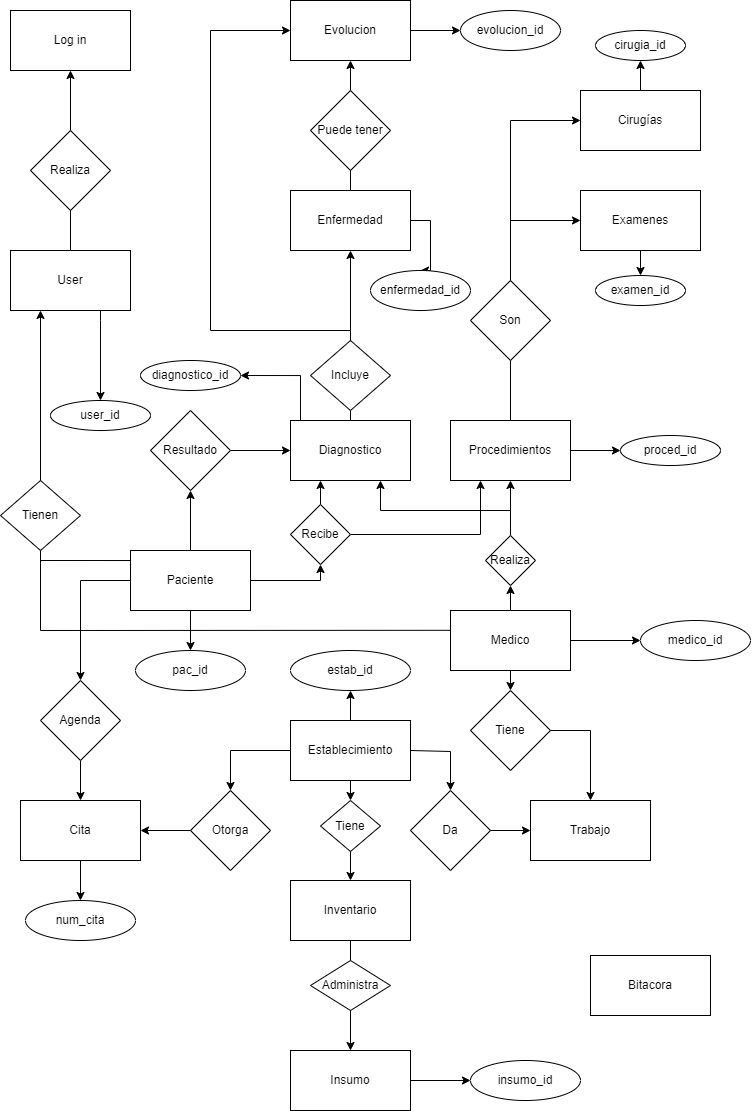
This is Proyecto2.png from CristopherBarrios/-Proyecto2-DesarrolloYConsultaDeBaseDeDatos-BaseDeDatos1, a draw.io export, as it was before one commit. Source tidied: cells renumbered, new cells last; positions are measured from the earlier drawing's top-left corner, leaving out a move shared by most shapes.
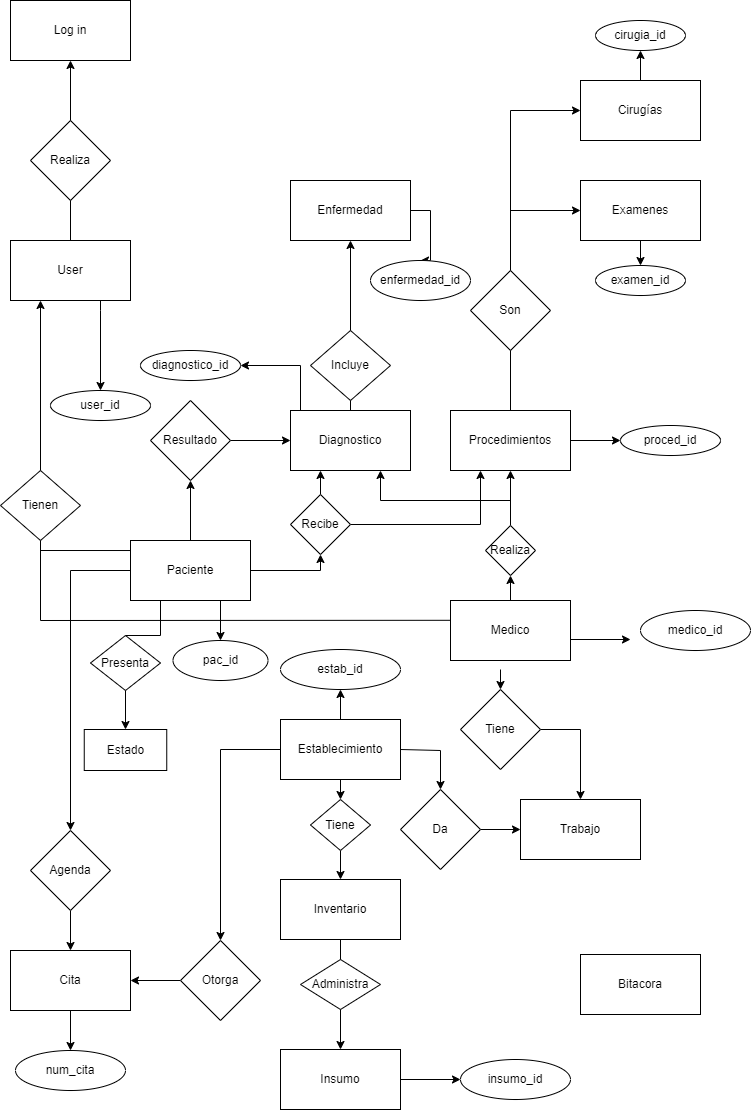
The same file after the commit.

The edit, as a diff of the source:
```diff
@@ -2,14 +2,17 @@
   <root>
     <mxCell id="0" />
     <mxCell id="1" parent="0" />
-    <mxCell id="2" style="edgeStyle=orthogonalEdgeStyle;rounded=0;jettySize=auto;html=1;" parent="1" edge="1" source="3" target="76">
+    <mxCell id="2" style="edgeStyle=orthogonalEdgeStyle;rounded=0;jettySize=auto;html=1;exitX=0.75;exitY=1;exitDx=0;exitDy=0;" parent="1" edge="1" source="3" target="76">
       <mxGeometry relative="1" as="geometry" />
     </mxCell>
     <mxCell id="3" value="Paciente" style="rounded=0;whiteSpace=wrap;html=1;" parent="1" vertex="1">
       <mxGeometry x="130" y="550" width="120" height="60" as="geometry" />
     </mxCell>
-    <mxCell id="4" style="edgeStyle=orthogonalEdgeStyle;rounded=0;jettySize=auto;html=1;entryX=0;entryY=0.5;entryDx=0;entryDy=0;" parent="1" edge="1" source="5" target="75">
-      <mxGeometry relative="1" as="geometry" />
+    <mxCell id="4" style="edgeStyle=orthogonalEdgeStyle;rounded=0;orthogonalLoop=1;jettySize=auto;html=1;entryX=0;entryY=0.5;entryDx=0;entryDy=0;" parent="1" edge="1">
+      <mxGeometry relative="1" as="geometry">
+        <mxPoint x="560" y="649" as="sourcePoint" />
+        <mxPoint x="630" y="649" as="targetPoint" />
+      </mxGeometry>
     </mxCell>
     <mxCell id="5" value="Medico" style="rounded=0;whiteSpace=wrap;html=1;" parent="1" vertex="1">
       <mxGeometry x="450" y="610" width="120" height="60" as="geometry" />
@@ -18,7 +21,7 @@
       <mxGeometry relative="1" as="geometry" />
     </mxCell>
     <mxCell id="7" value="Establecimiento" style="rounded=0;whiteSpace=wrap;html=1;" parent="1" vertex="1">
-      <mxGeometry x="290" y="720" width="120" height="60" as="geometry" />
+      <mxGeometry x="280" y="729" width="120" height="60" as="geometry" />
     </mxCell>
     <mxCell id="8" style="edgeStyle=orthogonalEdgeStyle;rounded=0;jettySize=auto;html=1;entryX=0.5;entryY=0;entryDx=0;entryDy=0;exitX=1;exitY=0.5;exitDx=0;exitDy=0;" parent="1" edge="1" source="9" target="79">
       <mxGeometry relative="1" as="geometry" />
@@ -27,13 +30,13 @@
       <mxGeometry x="290" y="190" width="120" height="60" as="geometry" />
     </mxCell>
     <mxCell id="10" value="Inventario" style="rounded=0;whiteSpace=wrap;html=1;" parent="1" vertex="1">
-      <mxGeometry x="290" y="880" width="120" height="60" as="geometry" />
+      <mxGeometry x="280" y="889" width="120" height="60" as="geometry" />
     </mxCell>
     <mxCell id="11" style="edgeStyle=orthogonalEdgeStyle;rounded=0;jettySize=auto;html=1;entryX=0;entryY=0.5;entryDx=0;entryDy=0;" parent="1" edge="1" source="12" target="77">
       <mxGeometry relative="1" as="geometry" />
     </mxCell>
     <mxCell id="12" value="Insumo" style="rounded=0;whiteSpace=wrap;html=1;" parent="1" vertex="1">
-      <mxGeometry x="290" y="1050" width="120" height="60" as="geometry" />
+      <mxGeometry x="280" y="1059" width="120" height="60" as="geometry" />
     </mxCell>
     <mxCell id="13" style="edgeStyle=orthogonalEdgeStyle;rounded=0;jettySize=auto;html=1;entryX=1;entryY=0.5;entryDx=0;entryDy=0;" parent="1" edge="1" source="14" target="85">
       <mxGeometry relative="1" as="geometry">
@@ -49,17 +52,11 @@
       <mxGeometry relative="1" as="geometry" />
     </mxCell>
     <mxCell id="16" value="Cita" style="rounded=0;whiteSpace=wrap;html=1;" parent="1" vertex="1">
-      <mxGeometry x="20" y="800" width="120" height="60" as="geometry" />
+      <mxGeometry x="10" y="960" width="120" height="60" as="geometry" />
     </mxCell>
     <mxCell id="17" value="Trabajo" style="rounded=0;whiteSpace=wrap;html=1;" parent="1" vertex="1">
-      <mxGeometry x="530" y="800" width="120" height="60" as="geometry" />
+      <mxGeometry x="520" y="809" width="120" height="60" as="geometry" />
     </mxCell>
-    <mxCell id="18" style="edgeStyle=orthogonalEdgeStyle;rounded=0;jettySize=auto;html=1;entryX=0;entryY=0.5;entryDx=0;entryDy=0;" parent="1" edge="1" source="19" target="80">
-      <mxGeometry relative="1" as="geometry" />
-    </mxCell>
-    <mxCell id="19" value="Evolucion" style="rounded=0;whiteSpace=wrap;html=1;" parent="1" vertex="1">
-      <mxGeometry x="290" width="120" height="60" as="geometry" />
-    </mxCell>
     <mxCell id="20" style="edgeStyle=orthogonalEdgeStyle;rounded=0;jettySize=auto;html=1;entryX=0.5;entryY=0;entryDx=0;entryDy=0;" parent="1" edge="1" source="21" target="83">
       <mxGeometry relative="1" as="geometry" />
     </mxCell>
@@ -115,23 +112,6 @@
     <mxCell id="33" style="endArrow=classic;html=1;rounded=0;exitX=0.5;exitY=0;exitDx=0;exitDy=0;entryX=0.5;entryY=1;entryDx=0;entryDy=0;" parent="1" edge="1" source="14" target="9">
       <mxGeometry relative="1" as="geometry" />
     </mxCell>
-    <mxCell id="34" style="endArrow=classic;html=1;rounded=0;entryX=0.5;entryY=1;entryDx=0;entryDy=0;exitX=0.5;exitY=0;exitDx=0;exitDy=0;" parent="1" edge="1" source="9" target="19">
-      <mxGeometry relative="1" as="geometry" />
-    </mxCell>
-    <mxCell id="35" style="endArrow=none;html=1;rounded=0;" parent="1" edge="1">
-      <mxGeometry relative="1" as="geometry">
-        <mxPoint x="350" y="330" as="sourcePoint" />
-        <mxPoint x="210" y="30" as="targetPoint" />
-        <Array as="points">
-          <mxPoint x="210" y="330" />
-        </Array>
-      </mxGeometry>
-    </mxCell>
-    <mxCell id="36" style="endArrow=classic;html=1;rounded=0;entryX=0;entryY=0.5;entryDx=0;entryDy=0;" parent="1" edge="1" target="19">
-      <mxGeometry relative="1" as="geometry">
-        <mxPoint x="210" y="30" as="sourcePoint" />
-      </mxGeometry>
-    </mxCell>
     <mxCell id="37" style="endArrow=classic;html=1;rounded=0;exitX=0.5;exitY=1;exitDx=0;exitDy=0;entryX=0.5;entryY=0;entryDx=0;entryDy=0;" parent="1" edge="1" source="50" target="16">
       <mxGeometry relative="1" as="geometry" />
     </mxCell>
@@ -141,7 +121,7 @@
     <mxCell id="39" style="endArrow=classic;html=1;rounded=0;exitX=1;exitY=0.5;exitDx=0;exitDy=0;entryX=0.5;entryY=0;entryDx=0;entryDy=0;" parent="1" edge="1" source="46" target="17">
       <mxGeometry relative="1" as="geometry">
         <Array as="points">
-          <mxPoint x="590" y="730" />
+          <mxPoint x="580" y="739" />
         </Array>
       </mxGeometry>
     </mxCell>
@@ -165,47 +145,49 @@
     <mxCell id="44" value="User" style="rounded=0;whiteSpace=wrap;html=1;" parent="1" vertex="1">
       <mxGeometry x="10" y="250" width="120" height="60" as="geometry" />
     </mxCell>
-    <mxCell id="45" style="endArrow=classic;html=1;rounded=0;exitX=0.5;exitY=1;exitDx=0;exitDy=0;entryX=0.5;entryY=0;entryDx=0;entryDy=0;" parent="1" edge="1" source="5" target="46">
-      <mxGeometry relative="1" as="geometry" />
+    <mxCell id="45" style="endArrow=classic;html=1;rounded=0;exitX=0.5;exitY=1;exitDx=0;exitDy=0;entryX=0.5;entryY=0;entryDx=0;entryDy=0;" parent="1" edge="1" target="46">
+      <mxGeometry relative="1" as="geometry">
+        <mxPoint x="500" y="679" as="sourcePoint" />
+      </mxGeometry>
     </mxCell>
     <mxCell id="46" value="Tiene" style="rhombus;whiteSpace=wrap;html=1;" parent="1" vertex="1">
-      <mxGeometry x="470" y="690" width="80" height="80" as="geometry" />
+      <mxGeometry x="460" y="699" width="80" height="80" as="geometry" />
     </mxCell>
     <mxCell id="47" style="endArrow=classic;html=1;rounded=0;exitX=0.5;exitY=1;exitDx=0;exitDy=0;entryX=0.5;entryY=0;entryDx=0;entryDy=0;" parent="1" edge="1" source="7" target="48">
       <mxGeometry relative="1" as="geometry" />
     </mxCell>
     <mxCell id="48" value="Tiene" style="rhombus;whiteSpace=wrap;html=1;" parent="1" vertex="1">
-      <mxGeometry x="320" y="800" width="60" height="51" as="geometry" />
+      <mxGeometry x="310" y="809" width="60" height="51" as="geometry" />
     </mxCell>
     <mxCell id="49" style="endArrow=classic;html=1;rounded=0;exitX=0;exitY=0.5;exitDx=0;exitDy=0;entryX=0.5;entryY=0;entryDx=0;entryDy=0;" parent="1" edge="1" source="3" target="50">
       <mxGeometry relative="1" as="geometry">
         <Array as="points">
-          <mxPoint x="80" y="580" />
+          <mxPoint x="70" y="580" />
         </Array>
       </mxGeometry>
     </mxCell>
     <mxCell id="50" value="Agenda" style="rhombus;whiteSpace=wrap;html=1;" parent="1" vertex="1">
-      <mxGeometry x="40" y="680" width="80" height="80" as="geometry" />
+      <mxGeometry x="30" y="840" width="80" height="80" as="geometry" />
     </mxCell>
     <mxCell id="51" style="endArrow=classic;html=1;rounded=0;exitX=0;exitY=0.5;exitDx=0;exitDy=0;entryX=0.5;entryY=0;entryDx=0;entryDy=0;" parent="1" edge="1" source="7" target="52">
       <mxGeometry relative="1" as="geometry">
         <Array as="points">
-          <mxPoint x="230" y="750" />
+          <mxPoint x="220" y="759" />
         </Array>
       </mxGeometry>
     </mxCell>
     <mxCell id="52" value="Otorga" style="rhombus;whiteSpace=wrap;html=1;" parent="1" vertex="1">
-      <mxGeometry x="190" y="790" width="80" height="80" as="geometry" />
+      <mxGeometry x="180" y="950" width="80" height="80" as="geometry" />
     </mxCell>
     <mxCell id="53" style="endArrow=classic;html=1;rounded=0;exitX=1;exitY=0.5;exitDx=0;exitDy=0;entryX=0.5;entryY=0;entryDx=0;entryDy=0;" parent="1" edge="1" source="7" target="54">
       <mxGeometry relative="1" as="geometry">
         <Array as="points">
-          <mxPoint x="450" y="751" />
+          <mxPoint x="440" y="760" />
         </Array>
       </mxGeometry>
     </mxCell>
     <mxCell id="54" value="Da" style="rhombus;whiteSpace=wrap;html=1;" parent="1" vertex="1">
-      <mxGeometry x="410" y="790" width="80" height="80" as="geometry" />
+      <mxGeometry x="400" y="799" width="80" height="80" as="geometry" />
     </mxCell>
     <mxCell id="55" style="endArrow=classic;html=1;rounded=0;exitX=0.5;exitY=0;exitDx=0;exitDy=0;" parent="1" edge="1" source="5" target="56">
       <mxGeometry relative="1" as="geometry" />
@@ -232,9 +214,6 @@
     <mxCell id="61" value="Incluye" style="rhombus;whiteSpace=wrap;html=1;" parent="1" vertex="1">
       <mxGeometry x="310" y="340" width="80" height="70" as="geometry" />
     </mxCell>
-    <mxCell id="62" value="Puede tener" style="rhombus;whiteSpace=wrap;html=1;" parent="1" vertex="1">
-      <mxGeometry x="310" y="90" width="80" height="80" as="geometry" />
-    </mxCell>
     <mxCell id="63" value="Log in" style="rounded=0;whiteSpace=wrap;html=1;" parent="1" vertex="1">
       <mxGeometry x="10" y="10" width="120" height="60" as="geometry" />
     </mxCell>
@@ -266,7 +245,7 @@
       <mxGeometry relative="1" as="geometry" />
     </mxCell>
     <mxCell id="71" value="Administra" style="rhombus;whiteSpace=wrap;html=1;" parent="1" vertex="1">
-      <mxGeometry x="310" y="960" width="80" height="50" as="geometry" />
+      <mxGeometry x="300" y="969" width="80" height="50" as="geometry" />
     </mxCell>
     <mxCell id="72" style="edgeStyle=orthogonalEdgeStyle;rounded=0;jettySize=auto;html=1;entryX=0;entryY=0.5;entryDx=0;entryDy=0;" parent="1" edge="1" source="73" target="14">
       <mxGeometry relative="1" as="geometry" />
@@ -281,22 +260,19 @@
       <mxGeometry x="640" y="620" width="110" height="40" as="geometry" />
     </mxCell>
     <mxCell id="76" value="pac_id" style="ellipse;whiteSpace=wrap;html=1;" parent="1" vertex="1">
-      <mxGeometry x="135" y="650" width="110" height="40" as="geometry" />
+      <mxGeometry x="172.5" y="650" width="95" height="40" as="geometry" />
     </mxCell>
     <mxCell id="77" value="insumo_id" style="ellipse;whiteSpace=wrap;html=1;" parent="1" vertex="1">
-      <mxGeometry x="470" y="1060" width="110" height="40" as="geometry" />
+      <mxGeometry x="460" y="1069" width="110" height="40" as="geometry" />
     </mxCell>
     <mxCell id="78" value="estab_id" style="ellipse;whiteSpace=wrap;html=1;" parent="1" vertex="1">
-      <mxGeometry x="290" y="650" width="120" height="40" as="geometry" />
+      <mxGeometry x="280" y="659" width="120" height="40" as="geometry" />
     </mxCell>
     <mxCell id="79" value="enfermedad_id" style="ellipse;whiteSpace=wrap;html=1;" parent="1" vertex="1">
       <mxGeometry x="370" y="270" width="100" height="40" as="geometry" />
     </mxCell>
-    <mxCell id="80" value="evolucion_id" style="ellipse;whiteSpace=wrap;html=1;" parent="1" vertex="1">
-      <mxGeometry x="460" y="10" width="100" height="40" as="geometry" />
-    </mxCell>
     <mxCell id="81" value="num_cita" style="ellipse;whiteSpace=wrap;html=1;" parent="1" vertex="1">
-      <mxGeometry x="25" y="900" width="110" height="40" as="geometry" />
+      <mxGeometry x="15" y="1060" width="110" height="40" as="geometry" />
     </mxCell>
     <mxCell id="82" value="cirugia_id" style="ellipse;whiteSpace=wrap;html=1;" parent="1" vertex="1">
       <mxGeometry x="595" y="30" width="90" height="30" as="geometry" />
@@ -314,7 +290,23 @@
       <mxGeometry x="50" y="400" width="100" height="30" as="geometry" />
     </mxCell>
     <mxCell id="87" value="Bitacora" style="rounded=0;whiteSpace=wrap;html=1;" parent="1" vertex="1">
-      <mxGeometry x="590" y="955" width="120" height="60" as="geometry" />
+      <mxGeometry x="580" y="964" width="120" height="60" as="geometry" />
     </mxCell>
+    <mxCell id="88" value="Estado" style="rounded=0;whiteSpace=wrap;html=1;" parent="1" vertex="1">
+      <mxGeometry x="83.8" y="739" width="82.5" height="41" as="geometry" />
+    </mxCell>
+    <mxCell id="89" value="Presenta" style="rhombus;whiteSpace=wrap;html=1;" parent="1" vertex="1">
+      <mxGeometry x="90" y="645" width="70" height="55" as="geometry" />
+    </mxCell>
+    <mxCell id="90" style="endArrow=none;html=1;rounded=0;exitX=0.5;exitY=0;exitDx=0;exitDy=0;entryX=0.25;entryY=1;entryDx=0;entryDy=0;" parent="1" edge="1" source="89" target="3">
+      <mxGeometry relative="1" as="geometry">
+        <Array as="points">
+          <mxPoint x="160" y="645" />
+        </Array>
+      </mxGeometry>
+    </mxCell>
+    <mxCell id="91" style="endArrow=classic;html=1;rounded=0;exitX=0.5;exitY=1;exitDx=0;exitDy=0;entryX=0.5;entryY=0;entryDx=0;entryDy=0;" parent="1" edge="1" source="89" target="88">
+      <mxGeometry relative="1" as="geometry" />
+    </mxCell>
   </root>
 </mxGraphModel>
```
